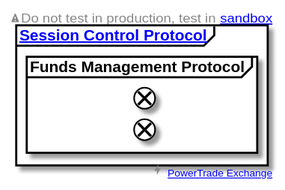
Earlier version of the PlantUML export protocols/svg/funds_management_protocol.svg (Power-Trade/api-docs). Source of this version:
```plantuml
@startuml funds_management_protocol



skinparam sequenceMessageAlign center


right header
    <size:12><&warning>Do not test in production, test in [[#WS_API_Services_Sandbox sandbox]]</size>
endheader

right footer <size:15><&bolt></size> <size:9>[[https://power.trade PowerTrade Exchange]]</size>


group <b>[[#session_control_with_auth Session Control Protocol]]</b>


    group <b>Funds Management Protocol</b>

    end
end

@enduml
```
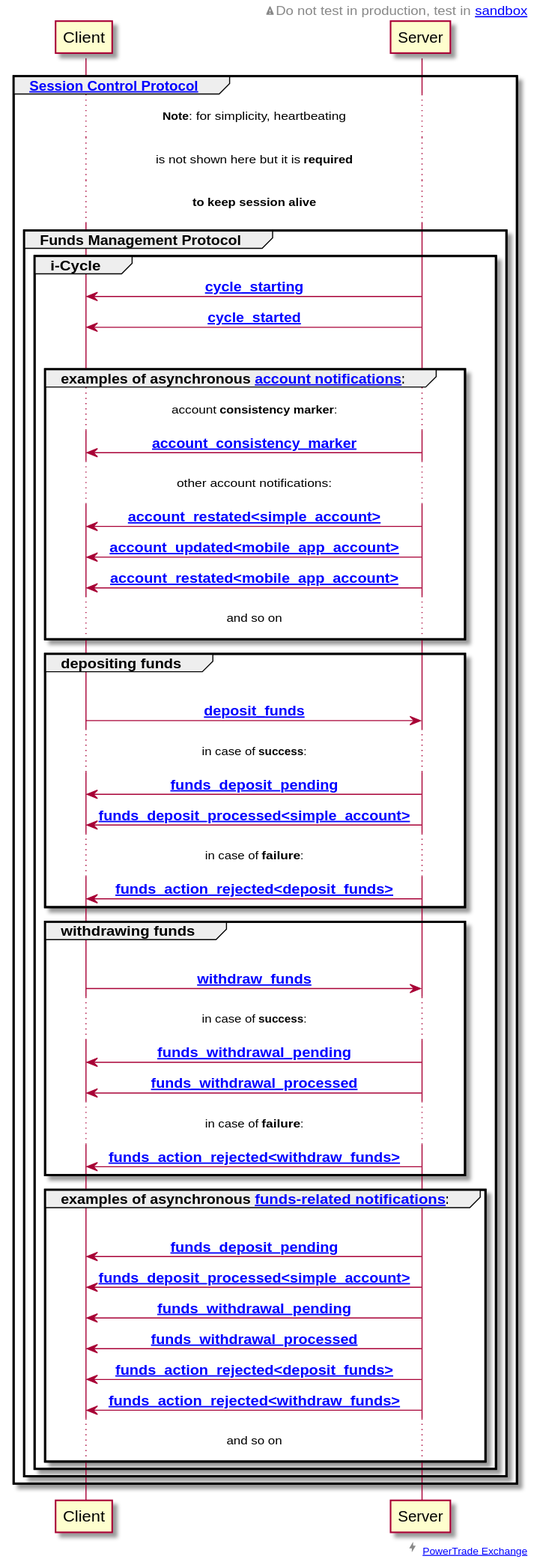
After the change.

Diff of the diagram source:
```diff
@@ -14,9 +14,57 @@
 
 group <b>[[#session_control_with_auth Session Control Protocol]]</b>
 
+    ... <b>Note</b>: for simplicity, heartbeating ...
+    ... is not shown here but it is <b>required</b> ...
+    ... <b>to keep session alive</b> ...
 
     group <b>Funds Management Protocol</b>
 
+        group i-Cycle
+            Client <- Server : <b>[[#cycle_starting cycle_starting]]</b>
+            Client <- Server : <b>[[#cycle_started cycle_started]]</b>
+            |||
+            group examples of asynchronous [[#account_notifications account notifications]]:
+                ... account <b>consistency marker</b>: ...
+                Client <- Server : <b>[[#account_consistency_marker account_consistency_marker]]</b>
+                ... other account notifications: ...
+                Client <- Server : <b>[[#account_restated_ltsimple_account_gt account_restated<simple_account>]]</b>
+                Client <- Server : <b>[[#account_updated_ltmobile_app_account_gt account_updated<mobile_app_account>]]</b>
+                Client <- Server : <b>[[#account_restated_ltmobile_app_account_gt account_restated<mobile_app_account>]]</b>
+                ... and so on ...
+            end
+
+            group depositing funds
+                |||
+                Client -> Server : <b>[[#deposit_funds deposit_funds]]</b>
+                ... in case of <b>success</b>: ...
+                Client <- Server : <b>[[#funds_deposit_pending funds_deposit_pending]]</b>
+                Client <- Server : <b>[[#funds_deposit_processed funds_deposit_processed<simple_account>]]</b>
+                ... in case of <b>failure</b>: ...
+                Client <- Server : <b>[[#funds_action_rejected_ltdeposit_funds_gt funds_action_rejected<deposit_funds>]]</b>
+            end
+
+            group withdrawing funds
+                |||
+                Client -> Server : <b>[[#withdraw_funds withdraw_funds]]</b>
+                ... in case of <b>success</b>: ...
+                Client <- Server : <b>[[#funds_withdrawal_pending funds_withdrawal_pending]]</b>
+                Client <- Server : <b>[[#funds_withdrawal_processed funds_withdrawal_processed]]</b>
+                ... in case of <b>failure</b>: ...
+                Client <- Server : <b>[[#funds_action_rejected_ltwithdraw_funds_gt funds_action_rejected<withdraw_funds>]]</b>
+            end
+
+            group examples of asynchronous [[#funds_notifications funds-related notifications]]:
+                |||
+                Client <- Server : <b>[[#funds_deposit_pending funds_deposit_pending]]</b>
+                Client <- Server : <b>[[#funds_deposit_processed funds_deposit_processed<simple_account>]]</b>
+                Client <- Server : <b>[[#funds_withdrawal_pending funds_withdrawal_pending]]</b>
+                Client <- Server : <b>[[#funds_withdrawal_processed funds_withdrawal_processed]]</b>
+                Client <- Server : <b>[[#funds_action_rejected_ltdeposit_funds_gt funds_action_rejected<deposit_funds>]]</b>
+                Client <- Server : <b>[[#funds_action_rejected_ltwithdraw_funds_gt funds_action_rejected<withdraw_funds>]]</b>
+                ... and so on ...
+            end
+        end
     end
 end
 
```
